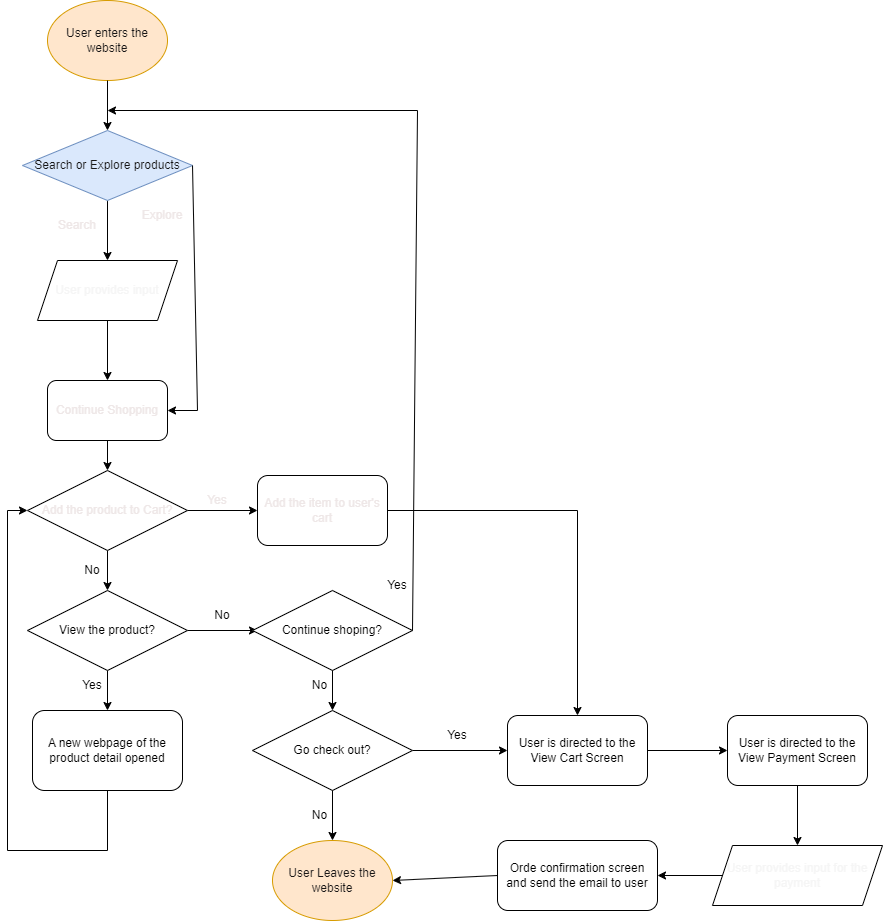
Earlier version of the draw.io export explore/diagramming/diagram.drawio.png (HenoHyj/sp24-cse110-lab4). Source tidied: cells renumbered, new cells last; positions are measured from the earlier drawing's top-left corner, leaving out a move shared by most shapes.
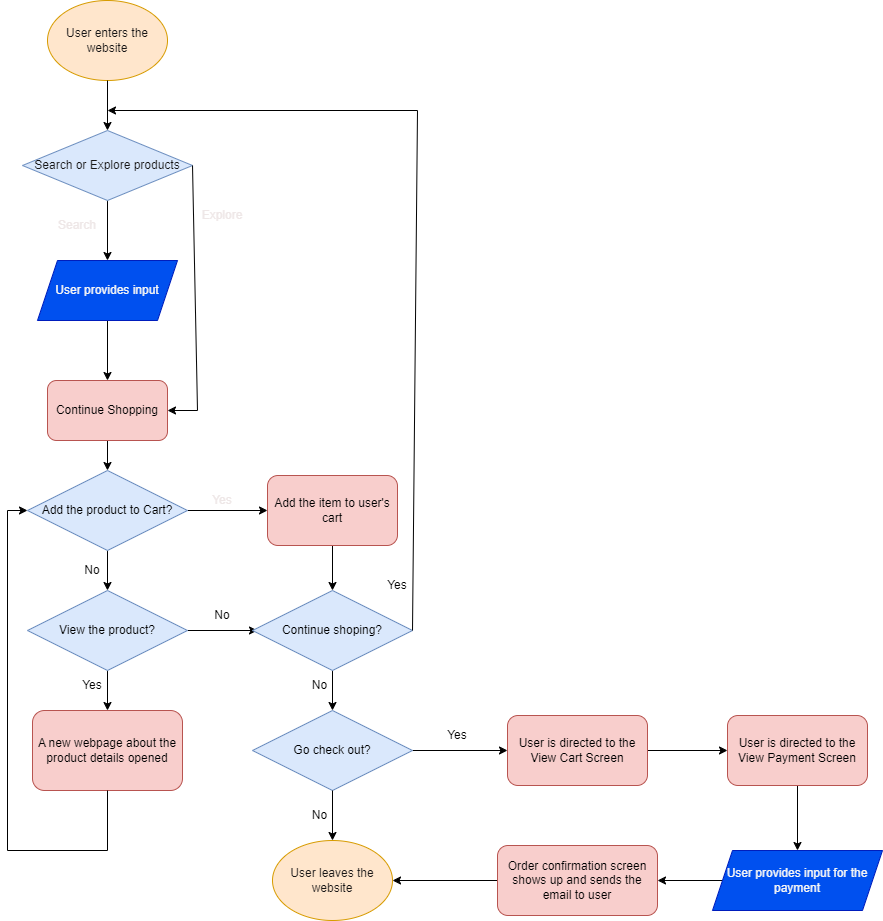
The same diagram one commit later.

Commit message:
complete the diagram

Change to the diagram source:
```diff
@@ -27,28 +27,29 @@
     <mxCell id="8" style="edgeStyle=none;html=1;exitX=0.5;exitY=1;exitDx=0;exitDy=0;entryX=0.5;entryY=0;entryDx=0;entryDy=0;fontColor=#eee7e7;" parent="1" edge="1" source="9" target="13">
       <mxGeometry relative="1" as="geometry" />
     </mxCell>
-    <mxCell id="9" value="Continue Shopping" style="rounded=1;whiteSpace=wrap;html=1;fontColor=#eee7e7;" parent="1" vertex="1">
+    <mxCell id="9" value="Continue Shopping" style="rounded=1;whiteSpace=wrap;html=1;fillColor=#f8cecc;strokeColor=#b85450;fontColor=#000000;" parent="1" vertex="1">
       <mxGeometry x="40" y="380" width="120" height="60" as="geometry" />
     </mxCell>
     <mxCell id="10" value="Explore" style="text;html=1;strokeColor=none;fillColor=none;align=center;verticalAlign=middle;whiteSpace=wrap;rounded=0;fontColor=#eee7e7;" parent="1" vertex="1">
-      <mxGeometry x="125" y="200" width="60" height="30" as="geometry" />
+      <mxGeometry x="185" y="200" width="60" height="30" as="geometry" />
     </mxCell>
-    <mxCell id="11" style="edgeStyle=none;html=1;exitX=1;exitY=0.5;exitDx=0;exitDy=0;fontColor=#eee7e7;" parent="1" edge="1" source="13">
-      <mxGeometry relative="1" as="geometry">
-        <mxPoint x="250" y="510" as="targetPoint" />
-      </mxGeometry>
-    </mxCell>
     <mxCell id="12" style="edgeStyle=none;html=1;exitX=0.5;exitY=1;exitDx=0;exitDy=0;entryX=0.5;entryY=0;entryDx=0;entryDy=0;" parent="1" edge="1" source="13" target="18">
       <mxGeometry relative="1" as="geometry" />
     </mxCell>
+    <mxCell id="52" style="edgeStyle=none;html=1;exitX=1;exitY=0.5;exitDx=0;exitDy=0;fontColor=#000000;" parent="1" edge="1" source="13" target="15">
+      <mxGeometry relative="1" as="geometry" />
+    </mxCell>
-    <mxCell id="13" value="Add the product to Cart?" style="rhombus;whiteSpace=wrap;html=1;fontColor=#eee7e7;" parent="1" vertex="1">
+    <mxCell id="13" value="Add the product to Cart?" style="rhombus;whiteSpace=wrap;html=1;fillColor=#dae8fc;strokeColor=#6c8ebf;fontColor=#000000;" parent="1" vertex="1">
       <mxGeometry x="20" y="470" width="160" height="80" as="geometry" />
     </mxCell>
     <mxCell id="14" value="Yes" style="text;html=1;strokeColor=none;fillColor=none;align=center;verticalAlign=middle;whiteSpace=wrap;rounded=0;fontColor=#eee7e7;" parent="1" vertex="1">
-      <mxGeometry x="180" y="485" width="60" height="30" as="geometry" />
+      <mxGeometry x="185" y="485" width="60" height="30" as="geometry" />
     </mxCell>
+    <mxCell id="53" style="edgeStyle=none;html=1;exitX=0.5;exitY=1;exitDx=0;exitDy=0;entryX=0.5;entryY=0;entryDx=0;entryDy=0;fontColor=#000000;" parent="1" edge="1" source="15" target="21">
+      <mxGeometry relative="1" as="geometry" />
+    </mxCell>
-    <mxCell id="15" value="Add the item to user's cart" style="rounded=1;whiteSpace=wrap;html=1;fontColor=#eee7e7;" parent="1" vertex="1">
-      <mxGeometry x="250" y="475" width="130" height="70" as="geometry" />
+    <mxCell id="15" value="Add the item to user's cart" style="rounded=1;whiteSpace=wrap;html=1;fillColor=#f8cecc;strokeColor=#b85450;fontColor=#000000;" parent="1" vertex="1">
+      <mxGeometry x="260" y="475" width="130" height="70" as="geometry" />
     </mxCell>
     <mxCell id="16" style="edgeStyle=none;html=1;exitX=1;exitY=0.5;exitDx=0;exitDy=0;" parent="1" edge="1" source="18">
       <mxGeometry relative="1" as="geometry">
@@ -58,7 +59,7 @@
     <mxCell id="17" style="edgeStyle=none;html=1;exitX=0.5;exitY=1;exitDx=0;exitDy=0;entryX=0.5;entryY=0;entryDx=0;entryDy=0;" parent="1" edge="1" source="18" target="22">
       <mxGeometry relative="1" as="geometry" />
     </mxCell>
-    <mxCell id="18" value="View the product?" style="rhombus;whiteSpace=wrap;html=1;" parent="1" vertex="1">
+    <mxCell id="18" value="View the product?" style="rhombus;whiteSpace=wrap;html=1;fillColor=#dae8fc;strokeColor=#6c8ebf;fontColor=#000000;" parent="1" vertex="1">
       <mxGeometry x="20" y="590" width="160" height="80" as="geometry" />
     </mxCell>
     <mxCell id="19" value="No" style="text;html=1;strokeColor=none;fillColor=none;align=center;verticalAlign=middle;whiteSpace=wrap;rounded=0;" parent="1" vertex="1">
@@ -69,10 +70,10 @@
         <mxPoint x="325" y="710" as="targetPoint" />
       </mxGeometry>
     </mxCell>
-    <mxCell id="21" value="Continue shoping?" style="rhombus;whiteSpace=wrap;html=1;" parent="1" vertex="1">
+    <mxCell id="21" value="Continue shoping?" style="rhombus;whiteSpace=wrap;html=1;fillColor=#dae8fc;strokeColor=#6c8ebf;labelBackgroundColor=none;fontColor=#000000;" parent="1" vertex="1">
       <mxGeometry x="245" y="590" width="160" height="80" as="geometry" />
     </mxCell>
-    <mxCell id="22" value="A new webpage of the product detail opened" style="rounded=1;whiteSpace=wrap;html=1;" parent="1" vertex="1">
+    <mxCell id="22" value="A new webpage about the product details opened" style="rounded=1;whiteSpace=wrap;html=1;fillColor=#f8cecc;strokeColor=#b85450;fontColor=#000000;" parent="1" vertex="1">
       <mxGeometry x="25" y="710" width="150" height="80" as="geometry" />
     </mxCell>
     <mxCell id="23" value="Yes" style="text;html=1;strokeColor=none;fillColor=none;align=center;verticalAlign=middle;whiteSpace=wrap;rounded=0;" parent="1" vertex="1">
@@ -105,7 +106,7 @@
         <mxPoint x="190" y="410" as="sourcePoint" />
       </mxGeometry>
     </mxCell>
-    <mxCell id="30" value="User Leaves the website" style="ellipse;whiteSpace=wrap;html=1;fillColor=#ffe6cc;strokeColor=#d79b00;fontColor=#181616;" parent="1" vertex="1">
+    <mxCell id="30" value="User leaves the website" style="ellipse;whiteSpace=wrap;html=1;fillColor=#ffe6cc;strokeColor=#d79b00;fontColor=#181616;" parent="1" vertex="1">
       <mxGeometry x="265" y="840" width="120" height="80" as="geometry" />
     </mxCell>
     <mxCell id="31" value="No" style="text;html=1;strokeColor=none;fillColor=none;align=center;verticalAlign=middle;whiteSpace=wrap;rounded=0;" parent="1" vertex="1">
@@ -116,7 +117,7 @@
         <mxPoint x="500" y="750" as="targetPoint" />
       </mxGeometry>
     </mxCell>
-    <mxCell id="33" value="Go check out?" style="rhombus;whiteSpace=wrap;html=1;" parent="1" vertex="1">
+    <mxCell id="33" value="Go check out?" style="rhombus;whiteSpace=wrap;html=1;fillColor=#dae8fc;strokeColor=#6c8ebf;labelBackgroundColor=none;fontColor=#000000;" parent="1" vertex="1">
       <mxGeometry x="245" y="710" width="160" height="80" as="geometry" />
     </mxCell>
     <mxCell id="34" value="No" style="text;html=1;strokeColor=none;fillColor=none;align=center;verticalAlign=middle;whiteSpace=wrap;rounded=0;" parent="1" vertex="1">
@@ -131,7 +132,7 @@
     <mxCell id="37" style="edgeStyle=none;html=1;exitX=1;exitY=0.5;exitDx=0;exitDy=0;entryX=0;entryY=0.5;entryDx=0;entryDy=0;" parent="1" edge="1" source="38" target="44">
       <mxGeometry relative="1" as="geometry" />
     </mxCell>
-    <mxCell id="38" value="User is directed to the View Cart Screen" style="rounded=1;whiteSpace=wrap;html=1;" parent="1" vertex="1">
+    <mxCell id="38" value="User is directed to the View Cart Screen" style="rounded=1;whiteSpace=wrap;html=1;fillColor=#f8cecc;strokeColor=#b85450;fontColor=#000000;" parent="1" vertex="1">
       <mxGeometry x="500" y="715" width="140" height="70" as="geometry" />
     </mxCell>
     <mxCell id="39" style="endArrow=none;html=1;entryX=0.5;entryY=1;entryDx=0;entryDy=0;" parent="1" edge="1" target="22">
@@ -159,33 +160,23 @@
     <mxCell id="43" style="edgeStyle=none;html=1;exitX=0.5;exitY=1;exitDx=0;exitDy=0;entryX=0.5;entryY=0;entryDx=0;entryDy=0;" parent="1" edge="1" source="44" target="49">
       <mxGeometry relative="1" as="geometry" />
     </mxCell>
-    <mxCell id="44" value="User is directed to the View Payment Screen" style="rounded=1;whiteSpace=wrap;html=1;" parent="1" vertex="1">
+    <mxCell id="44" value="User is directed to the View Payment Screen" style="rounded=1;whiteSpace=wrap;html=1;fillColor=#f8cecc;strokeColor=#b85450;fontColor=#000000;" parent="1" vertex="1">
       <mxGeometry x="720" y="715" width="140" height="70" as="geometry" />
     </mxCell>
-    <mxCell id="45" style="endArrow=none;html=1;exitX=1;exitY=0.5;exitDx=0;exitDy=0;" parent="1" edge="1" source="15">
-      <mxGeometry relative="1" as="geometry">
-        <mxPoint x="570" y="510" as="targetPoint" />
-      </mxGeometry>
-    </mxCell>
-    <mxCell id="46" style="endArrow=classic;html=1;entryX=0.5;entryY=0;entryDx=0;entryDy=0;" parent="1" edge="1" target="38">
-      <mxGeometry relative="1" as="geometry">
-        <mxPoint x="570" y="510" as="sourcePoint" />
-      </mxGeometry>
-    </mxCell>
-    <mxCell id="47" value="&lt;span style=&quot;color: rgb(245, 245, 245);&quot;&gt;User provides input&lt;/span&gt;" style="shape=parallelogram;perimeter=parallelogramPerimeter;whiteSpace=wrap;html=1;fixedSize=1;" parent="1" vertex="1">
+    <mxCell id="47" value="&lt;span style=&quot;color: rgb(245, 245, 245);&quot;&gt;User provides input&lt;/span&gt;" style="shape=parallelogram;perimeter=parallelogramPerimeter;whiteSpace=wrap;html=1;fixedSize=1;fillColor=#0050ef;strokeColor=#001DBC;fontColor=#ffffff;" parent="1" vertex="1">
       <mxGeometry x="30" y="260" width="140" height="60" as="geometry" />
     </mxCell>
     <mxCell id="48" style="edgeStyle=none;html=1;exitX=0;exitY=0.5;exitDx=0;exitDy=0;entryX=1;entryY=0.5;entryDx=0;entryDy=0;" parent="1" edge="1" source="49" target="51">
       <mxGeometry relative="1" as="geometry" />
     </mxCell>
-    <mxCell id="49" value="&lt;span style=&quot;color: rgb(245, 245, 245);&quot;&gt;User provides input for the payment&lt;/span&gt;" style="shape=parallelogram;perimeter=parallelogramPerimeter;whiteSpace=wrap;html=1;fixedSize=1;" parent="1" vertex="1">
-      <mxGeometry x="705" y="845" width="170" height="60" as="geometry" />
+    <mxCell id="49" value="&lt;span style=&quot;color: rgb(245, 245, 245);&quot;&gt;User provides input for the payment&lt;/span&gt;" style="shape=parallelogram;perimeter=parallelogramPerimeter;whiteSpace=wrap;html=1;fixedSize=1;fillColor=#0050ef;fontColor=#ffffff;strokeColor=#001DBC;" parent="1" vertex="1">
+      <mxGeometry x="705" y="850" width="170" height="60" as="geometry" />
     </mxCell>
     <mxCell id="50" style="edgeStyle=none;html=1;exitX=0;exitY=0.5;exitDx=0;exitDy=0;entryX=1;entryY=0.5;entryDx=0;entryDy=0;" parent="1" edge="1" source="51" target="30">
       <mxGeometry relative="1" as="geometry" />
     </mxCell>
-    <mxCell id="51" value="Orde confirmation screen and send the email to user" style="rounded=1;whiteSpace=wrap;html=1;" parent="1" vertex="1">
-      <mxGeometry x="490" y="840" width="160" height="70" as="geometry" />
+    <mxCell id="51" value="Order confirmation screen shows up and sends the email to user" style="rounded=1;whiteSpace=wrap;html=1;fillColor=#f8cecc;strokeColor=#b85450;fontColor=#000000;" parent="1" vertex="1">
+      <mxGeometry x="490" y="845" width="160" height="70" as="geometry" />
     </mxCell>
   </root>
 </mxGraphModel>
```
